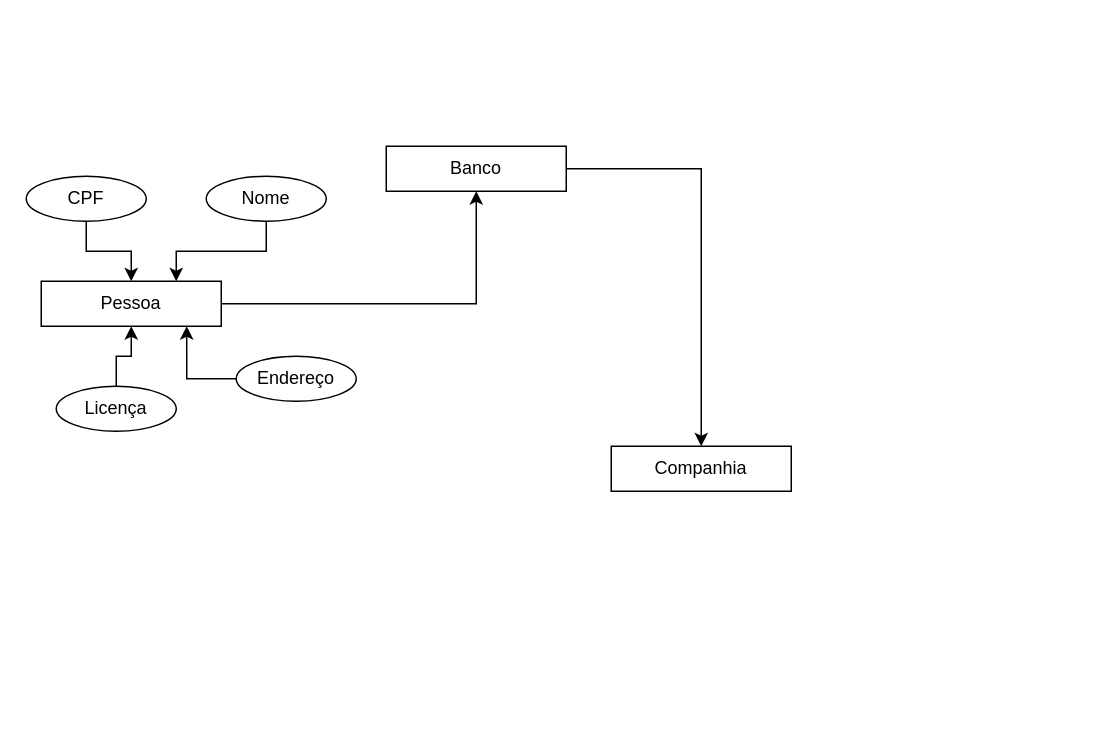
The draw.io diagram Diagrama sem nome.drawio in Bajan1408/bootcamp-Database-Experience, before the edit. Source tidied: cells renumbered, new cells numbered last; positions are measured from the earlier drawing's top-left corner, leaving out a move shared by most shapes. Both pictures are drawn from the tidied source at 150%, with x=0, y=0 at pixel (26, 146).
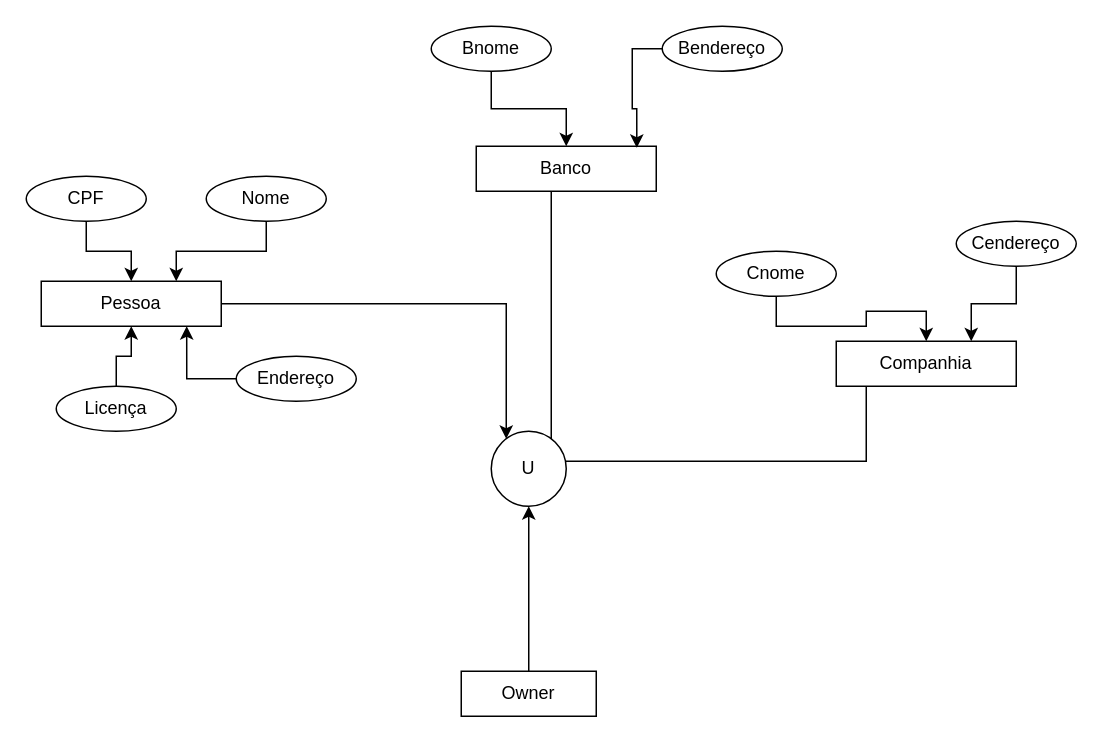
After the change.

The change refers to these unchanged cells:
```xml
<mxCell id="3" value="Pessoa" style="rounded=0;whiteSpace=wrap;html=1;" parent="1" vertex="1">
  <mxGeometry x="10" y="90" width="120" height="30" as="geometry" />
</mxCell>
```

Change to the diagram source:
```diff
@@
-    <mxCell id="2" style="edgeStyle=orthogonalEdgeStyle;rounded=0;jettySize=auto;html=1;" parent="1" edge="1" source="3" target="5">
-      <mxGeometry relative="1" as="geometry" />
-    </mxCell>
+    <mxCell id="15" style="edgeStyle=orthogonalEdgeStyle;rounded=0;jettySize=auto;html=1;" parent="1" edge="1" source="3" target="26">
+      <mxGeometry relative="1" as="geometry">
+        <Array as="points">
+          <mxPoint x="320" y="105" />
+        </Array>
+      </mxGeometry>
+    </mxCell>
@@
-    <mxCell id="4" style="edgeStyle=orthogonalEdgeStyle;rounded=0;jettySize=auto;html=1;entryX=0.5;entryY=0;entryDx=0;entryDy=0;" parent="1" edge="1" source="5" target="6">
-      <mxGeometry relative="1" as="geometry" />
-    </mxCell>
+    <mxCell id="16" style="edgeStyle=orthogonalEdgeStyle;rounded=0;jettySize=auto;html=1;entryX=1;entryY=0.5;entryDx=0;entryDy=0;" parent="1" edge="1" source="5" target="26">
+      <mxGeometry relative="1" as="geometry">
+        <Array as="points">
+          <mxPoint x="350" y="215" />
+        </Array>
+      </mxGeometry>
+    </mxCell>
     <mxCell id="5" value="Banco" style="rounded=0;whiteSpace=wrap;html=1;" parent="1" vertex="1">
-      <mxGeometry x="240" width="120" height="30" as="geometry" />
+      <mxGeometry x="300" width="120" height="30" as="geometry" />
     </mxCell>
+    <mxCell id="17" style="edgeStyle=orthogonalEdgeStyle;rounded=0;jettySize=auto;html=1;" parent="1" edge="1" source="6">
+      <mxGeometry relative="1" as="geometry">
+        <mxPoint x="360" y="210" as="targetPoint" />
+        <Array as="points">
+          <mxPoint x="560" y="210" />
+          <mxPoint x="353" y="210" />
+        </Array>
+      </mxGeometry>
+    </mxCell>
     <mxCell id="6" value="Companhia" style="rounded=0;whiteSpace=wrap;html=1;" parent="1" vertex="1">
-      <mxGeometry x="390" y="200" width="120" height="30" as="geometry" />
+      <mxGeometry x="540" y="130" width="120" height="30" as="geometry" />
     </mxCell>
@@
+    <mxCell id="18" style="edgeStyle=orthogonalEdgeStyle;rounded=0;jettySize=auto;html=1;" parent="1" edge="1" source="19" target="5">
+      <mxGeometry relative="1" as="geometry" />
+    </mxCell>
+    <mxCell id="19" value="Bnome" style="ellipse;whiteSpace=wrap;html=1;" parent="1" vertex="1">
+      <mxGeometry x="270" y="-80" width="80" height="30" as="geometry" />
+    </mxCell>
+    <mxCell id="20" style="edgeStyle=orthogonalEdgeStyle;rounded=0;jettySize=auto;html=1;entryX=0.892;entryY=0.033;entryDx=0;entryDy=0;entryPerimeter=0;" parent="1" edge="1" source="21" target="5">
+      <mxGeometry relative="1" as="geometry" />
+    </mxCell>
+    <mxCell id="21" value="Bendereço" style="ellipse;whiteSpace=wrap;html=1;" parent="1" vertex="1">
+      <mxGeometry x="424" y="-80" width="80" height="30" as="geometry" />
+    </mxCell>
+    <mxCell id="22" style="edgeStyle=orthogonalEdgeStyle;rounded=0;jettySize=auto;html=1;entryX=0.75;entryY=0;entryDx=0;entryDy=0;" parent="1" edge="1" source="23" target="6">
+      <mxGeometry relative="1" as="geometry" />
+    </mxCell>
+    <mxCell id="23" value="Cendereço" style="ellipse;whiteSpace=wrap;html=1;" parent="1" vertex="1">
+      <mxGeometry x="620" y="50" width="80" height="30" as="geometry" />
+    </mxCell>
+    <mxCell id="24" style="edgeStyle=orthogonalEdgeStyle;rounded=0;jettySize=auto;html=1;" parent="1" edge="1" source="25" target="6">
+      <mxGeometry relative="1" as="geometry" />
+    </mxCell>
+    <mxCell id="25" value="Cnome" style="ellipse;whiteSpace=wrap;html=1;" parent="1" vertex="1">
+      <mxGeometry x="460" y="70" width="80" height="30" as="geometry" />
+    </mxCell>
+    <mxCell id="26" value="U" style="ellipse;whiteSpace=wrap;html=1;" parent="1" vertex="1">
+      <mxGeometry x="310" y="190" width="50" height="50" as="geometry" />
+    </mxCell>
+    <mxCell id="27" style="edgeStyle=orthogonalEdgeStyle;rounded=0;jettySize=auto;html=1;entryX=0.5;entryY=1;entryDx=0;entryDy=0;" parent="1" edge="1" source="28" target="26">
+      <mxGeometry relative="1" as="geometry" />
+    </mxCell>
+    <mxCell id="28" value="Owner" style="rounded=0;whiteSpace=wrap;html=1;" parent="1" vertex="1">
+      <mxGeometry x="290" y="350" width="90" height="30" as="geometry" />
+    </mxCell>
```
